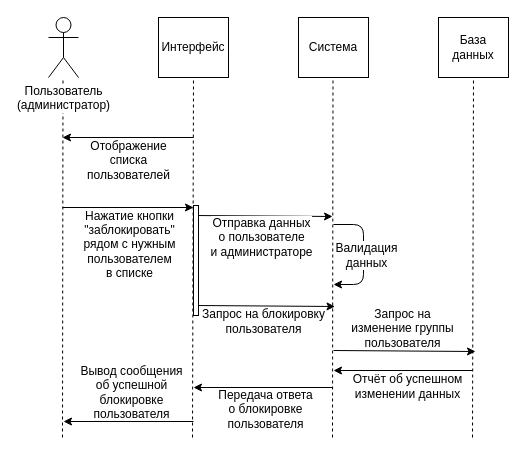
Above: Diagrams/Cases Diagrams/Create Administrator Diagram.drawio in Fake-Make/Au (draw.io), before the change. Source tidied: cells renumbered, new cells numbered last; positions are measured from the earlier drawing's top-left corner, leaving out a move shared by most shapes. Both pictures are drawn from the tidied source at 100%, with x=0, y=0 at pixel (48, 17).
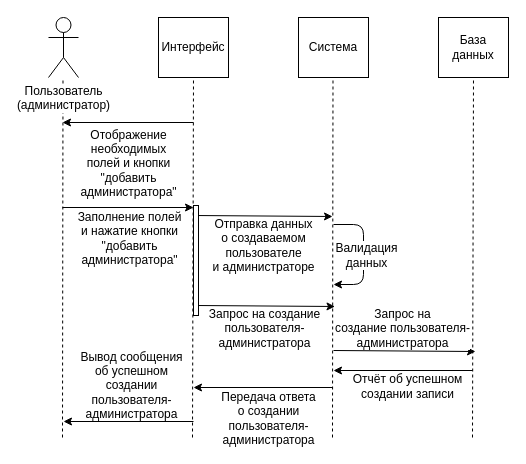
Above is the later version.

Unchanged cells that the change refers to:
```xml
<mxCell id="12" style="endArrow=classic;html=1;" parent="1" edge="1">
  <mxGeometry relative="1" as="geometry">
    <mxPoint x="14" y="190" as="sourcePoint" />
    <mxPoint x="145" y="190" as="targetPoint" />
  </mxGeometry>
</mxCell>
<mxCell id="14" style="endArrow=classic;html=1;" parent="1" edge="1">
  <mxGeometry relative="1" as="geometry">
    <mxPoint x="285" y="333" as="sourcePoint" />
    <mxPoint x="427" y="334" as="targetPoint" />
  </mxGeometry>
</mxCell>
<mxCell id="16" style="endArrow=classic;html=1;" parent="1" edge="1">
  <mxGeometry relative="1" as="geometry">
    <mxPoint x="424" y="353" as="sourcePoint" />
    <mxPoint x="285" y="353" as="targetPoint" />
  </mxGeometry>
</mxCell>
<mxCell id="18" style="endArrow=classic;html=1;" parent="1" edge="1">
  <mxGeometry relative="1" as="geometry">
    <mxPoint x="284" y="370" as="sourcePoint" />
    <mxPoint x="145" y="370" as="targetPoint" />
  </mxGeometry>
</mxCell>
<mxCell id="20" style="endArrow=classic;html=1;" parent="1" edge="1">
  <mxGeometry relative="1" as="geometry">
    <mxPoint x="145" y="404" as="sourcePoint" />
    <mxPoint x="15" y="404" as="targetPoint" />
  </mxGeometry>
</mxCell>
<mxCell id="22" style="endArrow=classic;html=1;" parent="1" edge="1">
  <mxGeometry relative="1" as="geometry">
    <mxPoint x="147.5" y="288" as="sourcePoint" />
    <mxPoint x="286.5" y="289" as="targetPoint" />
  </mxGeometry>
</mxCell>
<mxCell id="24" style="endArrow=classic;html=1;" parent="1" edge="1">
  <mxGeometry relative="1" as="geometry">
    <mxPoint x="145" y="198" as="sourcePoint" />
    <mxPoint x="284" y="199" as="targetPoint" />
  </mxGeometry>
</mxCell>
```

What changed in the source:
```diff
@@
     <mxCell id="10" style="endArrow=classic;html=1;" parent="1" edge="1">
       <mxGeometry relative="1" as="geometry">
-        <mxPoint x="145" y="120" as="sourcePoint" />
-        <mxPoint x="14" y="120" as="targetPoint" />
+        <mxPoint x="145" y="105" as="sourcePoint" />
+        <mxPoint x="14" y="105" as="targetPoint" />
       </mxGeometry>
     </mxCell>
-    <mxCell id="11" value="Отображение&lt;br&gt;списка&lt;br&gt;пользователей" style="text;html=1;align=center;verticalAlign=middle;labelBackgroundColor=#ffffff;" parent="10" vertex="1">
+    <mxCell id="11" value="Отображение&lt;br&gt;необходимых&lt;br&gt;полей&amp;nbsp;и кнопки&lt;br&gt;&quot;добавить&lt;br&gt;администратора&quot;&lt;br&gt;" style="text;html=1;align=center;verticalAlign=middle;labelBackgroundColor=#ffffff;" parent="10" vertex="1">
       <mxGeometry x="0.17" relative="1" as="geometry">
-        <mxPoint x="11.5" y="22" as="offset" />
+        <mxPoint x="11.5" y="40" as="offset" />
       </mxGeometry>
     </mxCell>
@@
-    <mxCell id="13" value="Нажатие кнопки&lt;br&gt;&quot;заблокировать&quot;&lt;br&gt;рядом с нужным&lt;br&gt;пользователем&lt;br&gt;в списке&lt;br&gt;" style="text;html=1;align=center;verticalAlign=middle;labelBackgroundColor=#ffffff;" parent="12" vertex="1">
+    <mxCell id="13" value="Заполнение полей &lt;br&gt;и нажатие кнопки&lt;br&gt;&quot;добавить&lt;br&gt;администратора&quot;&lt;br&gt;" style="text;html=1;align=center;verticalAlign=middle;labelBackgroundColor=#ffffff;" parent="12" vertex="1">
       <mxGeometry x="0.23" relative="1" as="geometry">
-        <mxPoint x="-14.5" y="36" as="offset" />
+        <mxPoint x="-14.5" y="30" as="offset" />
       </mxGeometry>
     </mxCell>
@@
-    <mxCell id="15" value="Запрос на&lt;br&gt;изменение группы&lt;br&gt;пользователя&lt;br&gt;" style="text;html=1;align=center;verticalAlign=middle;labelBackgroundColor=#ffffff;" parent="14" vertex="1">
+    <mxCell id="15" value="Запрос на&lt;br&gt;создание&amp;nbsp;пользователя-&lt;br&gt;администратора&lt;br&gt;" style="text;html=1;align=center;verticalAlign=middle;labelBackgroundColor=#ffffff;" parent="14" vertex="1">
       <mxGeometry x="0.28" relative="1" as="geometry">
         <mxPoint x="-22" y="-23.5" as="offset" />
       </mxGeometry>
     </mxCell>
@@
-    <mxCell id="17" value="Отчёт об успешном&lt;br&gt;изменении данных&lt;br&gt;" style="text;html=1;align=center;verticalAlign=middle;labelBackgroundColor=#ffffff;" parent="16" vertex="1">
+    <mxCell id="17" value="Отчёт об успешном&lt;br&gt;создании записи&lt;br&gt;" style="text;html=1;align=center;verticalAlign=middle;labelBackgroundColor=#ffffff;" parent="16" vertex="1">
       <mxGeometry x="-0.36" y="1" relative="1" as="geometry">
         <mxPoint x="-22" y="14" as="offset" />
       </mxGeometry>
     </mxCell>
@@
-    <mxCell id="19" value="Передача ответа&lt;br&gt;о блокировке&lt;br&gt;пользователя&lt;br&gt;" style="text;html=1;align=center;verticalAlign=middle;labelBackgroundColor=#ffffff;" parent="18" vertex="1">
+    <mxCell id="19" value="Передача ответа&lt;br&gt;о создании&lt;br&gt;пользователя-&lt;br&gt;администратора&lt;br&gt;" style="text;html=1;align=center;verticalAlign=middle;labelBackgroundColor=#ffffff;" parent="18" vertex="1">
       <mxGeometry x="0.18" y="-2" relative="1" as="geometry">
-        <mxPoint x="14.5" y="23" as="offset" />
+        <mxPoint x="17.5" y="32" as="offset" />
       </mxGeometry>
     </mxCell>
@@
-    <mxCell id="21" value="Вывод сообщения&lt;br&gt;об успешной&lt;br&gt;блокировке&lt;br&gt;пользователя&lt;br&gt;" style="text;html=1;align=center;verticalAlign=middle;labelBackgroundColor=#ffffff;" parent="20" vertex="1">
+    <mxCell id="21" value="Вывод сообщения&lt;br&gt;об успешном&lt;br&gt;создании&lt;br&gt;пользователя-&lt;br&gt;администратора&lt;br&gt;" style="text;html=1;align=center;verticalAlign=middle;labelBackgroundColor=#ffffff;" parent="20" vertex="1">
       <mxGeometry x="-0.12" relative="1" as="geometry">
-        <mxPoint x="-6" y="-30" as="offset" />
+        <mxPoint x="-6" y="-37" as="offset" />
       </mxGeometry>
     </mxCell>
@@
-    <mxCell id="23" value="Запрос на блокировку&lt;br&gt;пользователя&lt;br&gt;" style="text;html=1;align=center;verticalAlign=middle;labelBackgroundColor=#ffffff;" parent="22" vertex="1">
+    <mxCell id="23" value="Запрос на создание&lt;br&gt;пользователя-&lt;br&gt;администратора&lt;br&gt;" style="text;html=1;align=center;verticalAlign=middle;labelBackgroundColor=#ffffff;" parent="22" vertex="1">
       <mxGeometry x="-0.14" y="-1" relative="1" as="geometry">
-        <mxPoint x="7.5" y="14.5" as="offset" />
+        <mxPoint x="8" y="21.5" as="offset" />
       </mxGeometry>
     </mxCell>
@@
-    <mxCell id="25" value="Отправка данных&lt;br&gt;о пользователе&lt;br&gt;и администраторе&lt;br&gt;" style="text;html=1;align=center;verticalAlign=middle;labelBackgroundColor=#ffffff;" parent="24" vertex="1">
+    <mxCell id="25" value="Отправка данных&lt;br&gt;о создаваемом&lt;br&gt;пользователе&lt;br&gt;и администраторе&lt;br&gt;" style="text;html=1;align=center;verticalAlign=middle;labelBackgroundColor=#ffffff;" parent="24" vertex="1">
       <mxGeometry x="-0.14" y="-1" relative="1" as="geometry">
-        <mxPoint x="7.5" y="20.5" as="offset" />
+        <mxPoint x="9.5" y="28.5" as="offset" />
       </mxGeometry>
     </mxCell>
```
